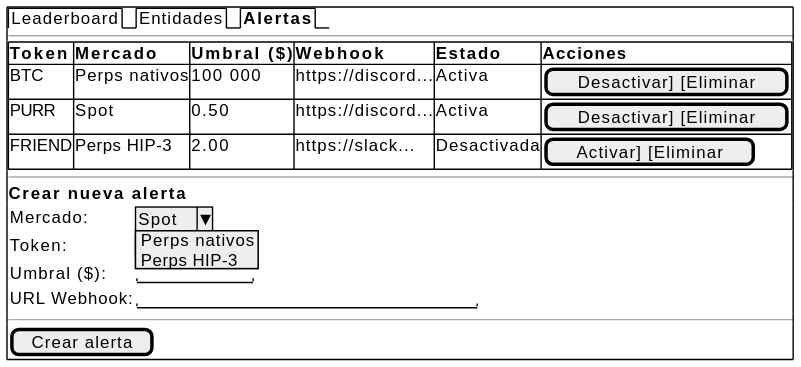
nekiiiiis/tfg keeps this PlantUML diagram as imagenes/capitulo2/prototipo-alertas.svg. Above is the earlier version.
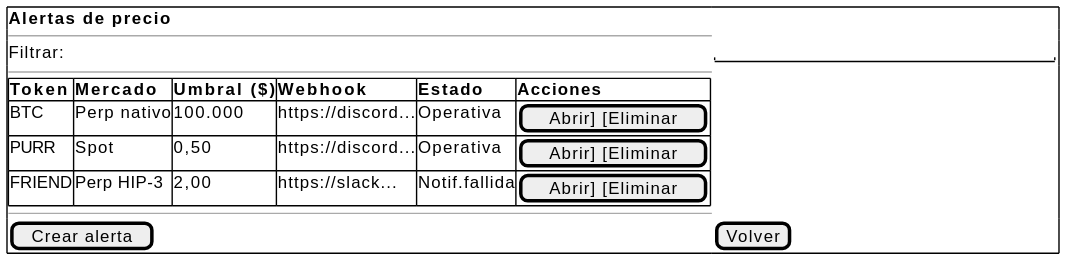
The same diagram one commit later.

Change to the diagram source:
```diff
@@ -1,22 +1,16 @@
 @startsalt
 {+
-  {/ Leaderboard | Entidades | <b>Alertas }
+  <b>Alertas de precio
+  ---
+  Filtrar: | "                              "
   ---
   {#
-    <b>Token | <b>Mercado    | <b>Umbral ($) | <b>Webhook          | <b>Estado      | <b>Acciones
-    BTC   | Perps nativos | 100 000    | https://discord...  | Activa        | [Desactivar] [Eliminar]
-    PURR  | Spot          | 0.50       | https://discord...  | Activa        | [Desactivar] [Eliminar]
-    FRIEND| Perps HIP-3   | 2.00       | https://slack...    | Desactivada   | [Activar] [Eliminar]
+    <b>Token | <b>Mercado     | <b>Umbral ($) | <b>Webhook          | <b>Estado     | <b>Acciones
+    BTC   | Perp nativo    | 100.000    | https://discord...  | Operativa    | [Abrir] [Eliminar]
+    PURR  | Spot           | 0,50       | https://discord...  | Operativa    | [Abrir] [Eliminar]
+    FRIEND| Perp HIP-3     | 2,00       | https://slack...    | Notif.fallida| [Abrir] [Eliminar]
   }
   ---
-  <b>Crear nueva alerta
-  {
-    Mercado:     | ^Spot ^ Perps nativos ^ Perps HIP-3^
-    Token:       | ^BTC^
-    Umbral ($):  | "          "
-    URL Webhook: | "                              "
-  }
-  ---
-  [Crear alerta]
+  [Crear alerta] | [Volver]
 }
 @endsalt
```
